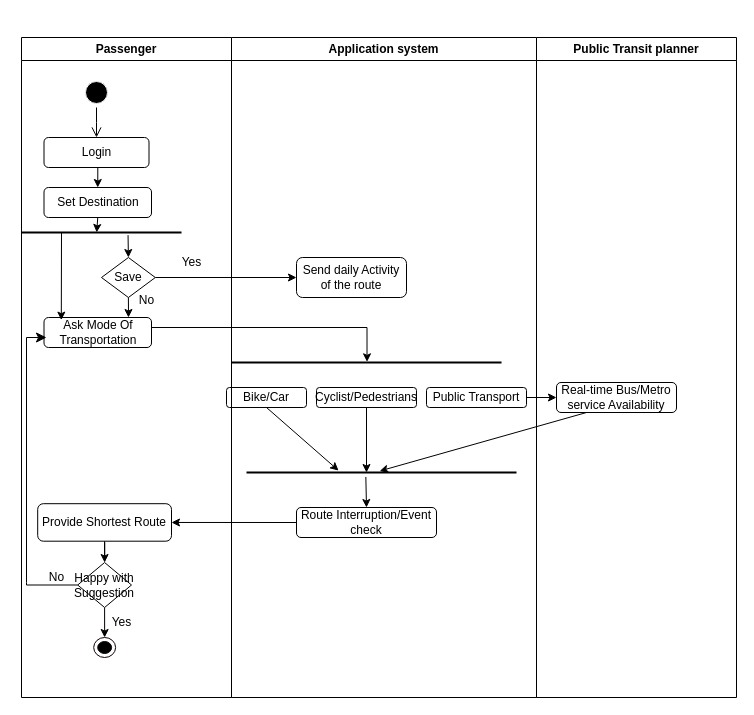
The draw.io diagram CreateRoute.drawio in HariniRavi490/Demo-Repo, before the edit. Source tidied: cells renumbered, new cells numbered last; positions are measured from the earlier drawing's top-left corner, leaving out a move shared by most shapes. Both pictures are drawn from the tidied source at 100%, with x=0, y=0 at pixel (21, 37).
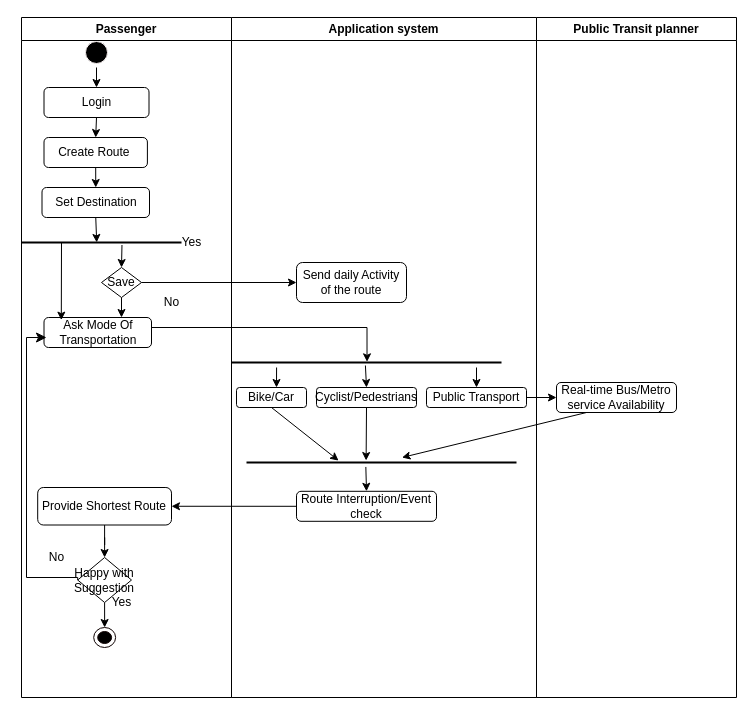
The same page after the edit.

Unchanged cells that the change refers to:
```xml
<mxCell id="25" value="Real-time Bus/Metro service Availability" style="rounded=1;whiteSpace=wrap;html=1;" parent="1" vertex="1">
  <mxGeometry x="535" y="345" width="120" height="30" as="geometry" />
</mxCell>
<mxCell id="26" value="Public Transport" style="rounded=1;whiteSpace=wrap;html=1;" parent="1" vertex="1">
  <mxGeometry x="405" y="350" width="100" height="20" as="geometry" />
</mxCell>
<mxCell id="27" value="Cyclist/Pedestrians" style="rounded=1;whiteSpace=wrap;html=1;" parent="1" vertex="1">
  <mxGeometry x="295" y="350" width="100" height="20" as="geometry" />
</mxCell>
<mxCell id="29" style="line;strokeWidth=2;html=1;" parent="1" vertex="1">
  <mxGeometry x="210" y="320" width="270" height="10" as="geometry" />
</mxCell>
```

Diff of the diagram source:
```diff
@@
     <mxCell id="2" value="Passenger" style="swimlane;whiteSpace=wrap;html=1;" parent="1" vertex="1">
-      <mxGeometry width="210" height="660" as="geometry" />
+      <mxGeometry y="-20" width="210" height="680" as="geometry" />
     </mxCell>
     <mxCell id="3" style="ellipse;html=1;shape=startState;fillColor=#000000;strokeColor=#fbf4f4;" parent="2" vertex="1">
-      <mxGeometry x="60" y="40" width="30" height="30" as="geometry" />
+      <mxGeometry x="60" y="20" width="30" height="30" as="geometry" />
     </mxCell>
-    <mxCell id="4" style="edgeStyle=orthogonalEdgeStyle;html=1;verticalAlign=bottom;endArrow=open;endSize=8;strokeColor=#000000;rounded=0;" parent="2" edge="1" source="3">
-      <mxGeometry relative="1" as="geometry">
-        <mxPoint x="75" y="100" as="targetPoint" />
-      </mxGeometry>
-    </mxCell>
-    <mxCell id="5" style="edgeStyle=orthogonalEdgeStyle;rounded=0;jettySize=auto;html=1;exitX=0.5;exitY=1;exitDx=0;exitDy=0;entryX=0.5;entryY=0;entryDx=0;entryDy=0;" parent="2" edge="1" source="6" target="7">
-      <mxGeometry relative="1" as="geometry" />
-    </mxCell>
-    <mxCell id="6" value="Login" style="rounded=1;whiteSpace=wrap;html=1;" parent="2" vertex="1">
-      <mxGeometry x="22.5" y="100" width="105" height="30" as="geometry" />
-    </mxCell>
     <mxCell id="7" value="Set Destination" style="rounded=1;whiteSpace=wrap;html=1;" parent="2" vertex="1">
-      <mxGeometry x="22.5" y="150" width="107.5" height="30" as="geometry" />
+      <mxGeometry x="20.5" y="170" width="107.5" height="30" as="geometry" />
     </mxCell>
     <mxCell id="8" value="Save" style="shape=rhombus;html=1;dashed=0;whiteSpace=wrap;perimeter=rhombusPerimeter;" parent="2" vertex="1">
-      <mxGeometry x="80" y="220" width="53.8" height="40" as="geometry" />
+      <mxGeometry x="80" y="250" width="40" height="30" as="geometry" />
     </mxCell>
@@
     <mxCell id="10" value="Ask Mode Of Transportation" style="rounded=1;whiteSpace=wrap;html=1;" parent="2" vertex="1">
-      <mxGeometry x="22.5" y="280" width="107.5" height="30" as="geometry" />
+      <mxGeometry x="22.5" y="300" width="107.5" height="30" as="geometry" />
     </mxCell>
-    <mxCell id="11" style="endArrow=classic;html=1;rounded=0;exitX=0.5;exitY=1;exitDx=0;exitDy=0;" parent="2" edge="1" source="8">
-      <mxGeometry relative="1" as="geometry">
-        <mxPoint x="107" y="280" as="targetPoint" />
-      </mxGeometry>
-    </mxCell>
     <mxCell id="12" style="line;strokeWidth=2;html=1;" parent="2" vertex="1">
-      <mxGeometry y="190" width="160" height="10" as="geometry" />
+      <mxGeometry y="220" width="160" height="10" as="geometry" />
     </mxCell>
@@
-    <mxCell id="15" style="endArrow=classic;html=1;rounded=0;exitX=0.666;exitY=0.764;exitDx=0;exitDy=0;exitPerimeter=0;entryX=0.5;entryY=0;entryDx=0;entryDy=0;" parent="2" edge="1" source="12" target="8">
+    <mxCell id="15" style="endArrow=classic;html=1;rounded=0;exitX=0.628;exitY=0.75;exitDx=0;exitDy=0;exitPerimeter=0;entryX=0.5;entryY=0;entryDx=0;entryDy=0;" parent="2" edge="1" source="12" target="8">
       <mxGeometry relative="1" as="geometry" />
     </mxCell>
     <mxCell id="16" value="Provide Shortest Route" style="rounded=1;whiteSpace=wrap;html=1;" parent="2" vertex="1">
-      <mxGeometry x="16.2" y="466.2" width="133.8" height="37.5" as="geometry" />
+      <mxGeometry x="16.2" y="470" width="133.8" height="37.5" as="geometry" />
     </mxCell>
@@
     <mxCell id="18" value="Happy with Suggestion" style="shape=rhombus;html=1;dashed=0;whiteSpace=wrap;perimeter=rhombusPerimeter;" parent="2" vertex="1">
-      <mxGeometry x="56.2" y="525" width="53.8" height="45" as="geometry" />
+      <mxGeometry x="56.2" y="540" width="53.8" height="45" as="geometry" />
     </mxCell>
@@
     <mxCell id="20" style="ellipse;html=1;shape=endState;fillColor=#000000;strokeColor=#0e0101;" parent="2" vertex="1">
-      <mxGeometry x="72.2" y="600" width="21.9" height="20" as="geometry" />
+      <mxGeometry x="72.2" y="610" width="21.9" height="20" as="geometry" />
     </mxCell>
@@
+    <mxCell id="43" style="edgeStyle=orthogonalEdgeStyle;rounded=0;jettySize=auto;html=1;exitX=0.5;exitY=1;exitDx=0;exitDy=0;entryX=0.5;entryY=0;entryDx=0;entryDy=0;" parent="2" edge="1" source="6" target="46">
+      <mxGeometry relative="1" as="geometry" />
+    </mxCell>
+    <mxCell id="6" value="Login" style="rounded=1;whiteSpace=wrap;html=1;" parent="2" vertex="1">
+      <mxGeometry x="22.5" y="70" width="105" height="30" as="geometry" />
+    </mxCell>
+    <mxCell id="44" style="endArrow=classic;html=1;rounded=0;exitX=0.5;exitY=1;exitDx=0;exitDy=0;entryX=0.5;entryY=0;entryDx=0;entryDy=0;" parent="2" edge="1" source="3" target="6">
+      <mxGeometry relative="1" as="geometry" />
+    </mxCell>
+    <mxCell id="45" style="edgeStyle=orthogonalEdgeStyle;rounded=0;jettySize=auto;html=1;exitX=0.5;exitY=1;exitDx=0;exitDy=0;entryX=0.5;entryY=0;entryDx=0;entryDy=0;" parent="2" edge="1" source="46" target="7">
+      <mxGeometry relative="1" as="geometry" />
+    </mxCell>
+    <mxCell id="46" value="Create Route&amp;nbsp;" style="rounded=1;whiteSpace=wrap;html=1;" parent="2" vertex="1">
+      <mxGeometry x="22.5" y="120" width="103.4" height="30" as="geometry" />
+    </mxCell>
+    <mxCell id="36" value="No" style="text;html=1;align=center;verticalAlign=middle;strokeColor=none;fillColor=none;" parent="2" vertex="1">
+      <mxGeometry x="130" y="270" width="40" height="30" as="geometry" />
+    </mxCell>
+    <mxCell id="47" style="endArrow=classic;html=1;rounded=0;exitX=0.5;exitY=1;exitDx=0;exitDy=0;" parent="2" edge="1" source="8">
+      <mxGeometry relative="1" as="geometry">
+        <mxPoint x="100" y="300" as="targetPoint" />
+      </mxGeometry>
+    </mxCell>
@@
-    <mxCell id="24" value="Send daily Activity of the route" style="rounded=1;whiteSpace=wrap;html=1;" parent="1" vertex="1">
-      <mxGeometry x="275" y="220" width="110" height="40" as="geometry" />
-    </mxCell>
@@
     <mxCell id="28" value="Bike/Car" style="rounded=1;whiteSpace=wrap;html=1;" parent="1" vertex="1">
-      <mxGeometry x="205" y="350" width="80" height="20" as="geometry" />
+      <mxGeometry x="215" y="350" width="70" height="20" as="geometry" />
     </mxCell>
@@
-    <mxCell id="32" style="line;strokeWidth=2;html=1;" parent="1" vertex="1">
-      <mxGeometry x="225" y="430" width="270" height="10" as="geometry" />
-    </mxCell>
-    <mxCell id="33" style="endArrow=classic;html=1;rounded=0;exitX=0.5;exitY=1;exitDx=0;exitDy=0;" parent="1" edge="1" source="27">
-      <mxGeometry relative="1" as="geometry">
-        <mxPoint x="345" y="435" as="targetPoint" />
-      </mxGeometry>
+    <mxCell id="33" style="endArrow=classic;html=1;rounded=0;exitX=0.5;exitY=1;exitDx=0;exitDy=0;entryX=0.443;entryY=0.3;entryDx=0;entryDy=0;entryPerimeter=0;" parent="1" edge="1" source="27" target="32">
+      <mxGeometry relative="1" as="geometry" />
     </mxCell>
-    <mxCell id="34" style="endArrow=classic;html=1;rounded=0;exitX=0.25;exitY=1;exitDx=0;exitDy=0;entryX=0.493;entryY=0.355;entryDx=0;entryDy=0;entryPerimeter=0;" parent="1" edge="1" source="25" target="32">
+    <mxCell id="34" style="endArrow=classic;html=1;rounded=0;exitX=0.25;exitY=1;exitDx=0;exitDy=0;" parent="1" edge="1" source="25" target="32">
       <mxGeometry relative="1" as="geometry" />
     </mxCell>
@@
-    <mxCell id="36" value="No" style="text;html=1;align=center;verticalAlign=middle;strokeColor=none;fillColor=none;" parent="1" vertex="1">
-      <mxGeometry x="105" y="248" width="40" height="30" as="geometry" />
-    </mxCell>
-    <mxCell id="37" value="Route Interruption/Event check" style="rounded=1;whiteSpace=wrap;html=1;" parent="1" vertex="1">
-      <mxGeometry x="275" y="470" width="140" height="30" as="geometry" />
-    </mxCell>
-    <mxCell id="38" style="endArrow=classic;html=1;rounded=0;exitX=0.442;exitY=0.945;exitDx=0;exitDy=0;exitPerimeter=0;entryX=0.5;entryY=0;entryDx=0;entryDy=0;" parent="1" edge="1" source="32" target="37">
-      <mxGeometry relative="1" as="geometry" />
-    </mxCell>
@@
     <mxCell id="40" style="edgeStyle=segmentEdgeStyle;endArrow=classic;html=1;curved=0;rounded=0;endSize=8;startSize=8;exitX=0;exitY=0.5;exitDx=0;exitDy=0;" parent="1" edge="1" source="18">
       <mxGeometry relative="1" as="geometry">
         <mxPoint x="25" y="300" as="targetPoint" />
         <Array as="points">
-          <mxPoint x="5" y="545" />
+          <mxPoint x="56" y="540" />
+          <mxPoint x="5" y="540" />
           <mxPoint x="5" y="300" />
-          <mxPoint x="15" y="300" />
         </Array>
       </mxGeometry>
     </mxCell>
     <mxCell id="41" value="Application system" style="swimlane;whiteSpace=wrap;html=1;" parent="1" vertex="1">
-      <mxGeometry x="210" width="305" height="660" as="geometry" />
+      <mxGeometry x="210" y="-20" width="305" height="680" as="geometry" />
     </mxCell>
+    <mxCell id="24" value="Send daily Activity of the route" style="rounded=1;whiteSpace=wrap;html=1;" parent="41" vertex="1">
+      <mxGeometry x="65" y="245" width="110" height="40" as="geometry" />
+    </mxCell>
+    <mxCell id="37" value="Route Interruption/Event check" style="rounded=1;whiteSpace=wrap;html=1;" parent="41" vertex="1">
+      <mxGeometry x="65" y="473.8" width="140" height="30" as="geometry" />
+    </mxCell>
+    <mxCell id="32" style="line;strokeWidth=2;html=1;" parent="41" vertex="1">
+      <mxGeometry x="15" y="440" width="270" height="10" as="geometry" />
+    </mxCell>
+    <mxCell id="38" style="endArrow=classic;html=1;rounded=0;exitX=0.442;exitY=0.945;exitDx=0;exitDy=0;exitPerimeter=0;entryX=0.5;entryY=0;entryDx=0;entryDy=0;" parent="41" edge="1" source="32" target="37">
+      <mxGeometry relative="1" as="geometry" />
+    </mxCell>
     <mxCell id="42" value="Public Transit planner" style="swimlane;whiteSpace=wrap;html=1;" parent="1" vertex="1">
-      <mxGeometry x="515" width="200" height="660" as="geometry" />
+      <mxGeometry x="515" y="-20" width="200" height="680" as="geometry" />
     </mxCell>
+    <mxCell id="48" style="endArrow=classic;html=1;rounded=0;exitX=0.167;exitY=1;exitDx=0;exitDy=0;exitPerimeter=0;" parent="1" edge="1" source="29">
+      <mxGeometry relative="1" as="geometry">
+        <mxPoint x="255" y="350" as="targetPoint" />
+      </mxGeometry>
+    </mxCell>
+    <mxCell id="49" style="endArrow=classic;html=1;rounded=0;entryX=0.5;entryY=0;entryDx=0;entryDy=0;" parent="1" edge="1" target="26">
+      <mxGeometry relative="1" as="geometry">
+        <mxPoint x="455" y="330" as="sourcePoint" />
+      </mxGeometry>
+    </mxCell>
+    <mxCell id="50" style="endArrow=classic;html=1;rounded=0;exitX=0.496;exitY=0.8;exitDx=0;exitDy=0;exitPerimeter=0;" parent="1" edge="1" source="29">
+      <mxGeometry relative="1" as="geometry">
+        <mxPoint x="345" y="350" as="targetPoint" />
+      </mxGeometry>
+    </mxCell>
```
